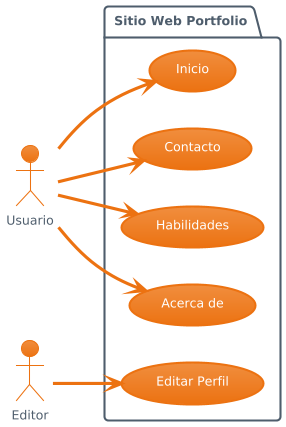
Earlier version of the PlantUML export Diagramas/Diagrama de Caso de uso.png (tebareinyu/Curriculum_Vitae).
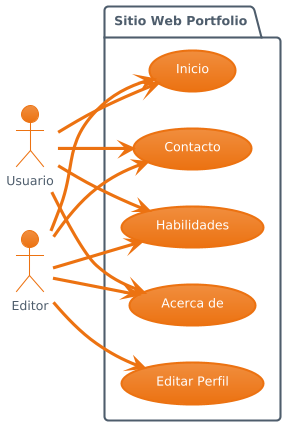
After the commit.

Diff of the diagram source:
```diff
@@ -16,5 +16,9 @@
     U --> (Skills)
     U --> (Contact)
     E --> (Edit)
+    E --> (Home)
+    E --> (About)
+    E --> (Skills)
+    E --> (Contact)
 }
 @enduml
```
